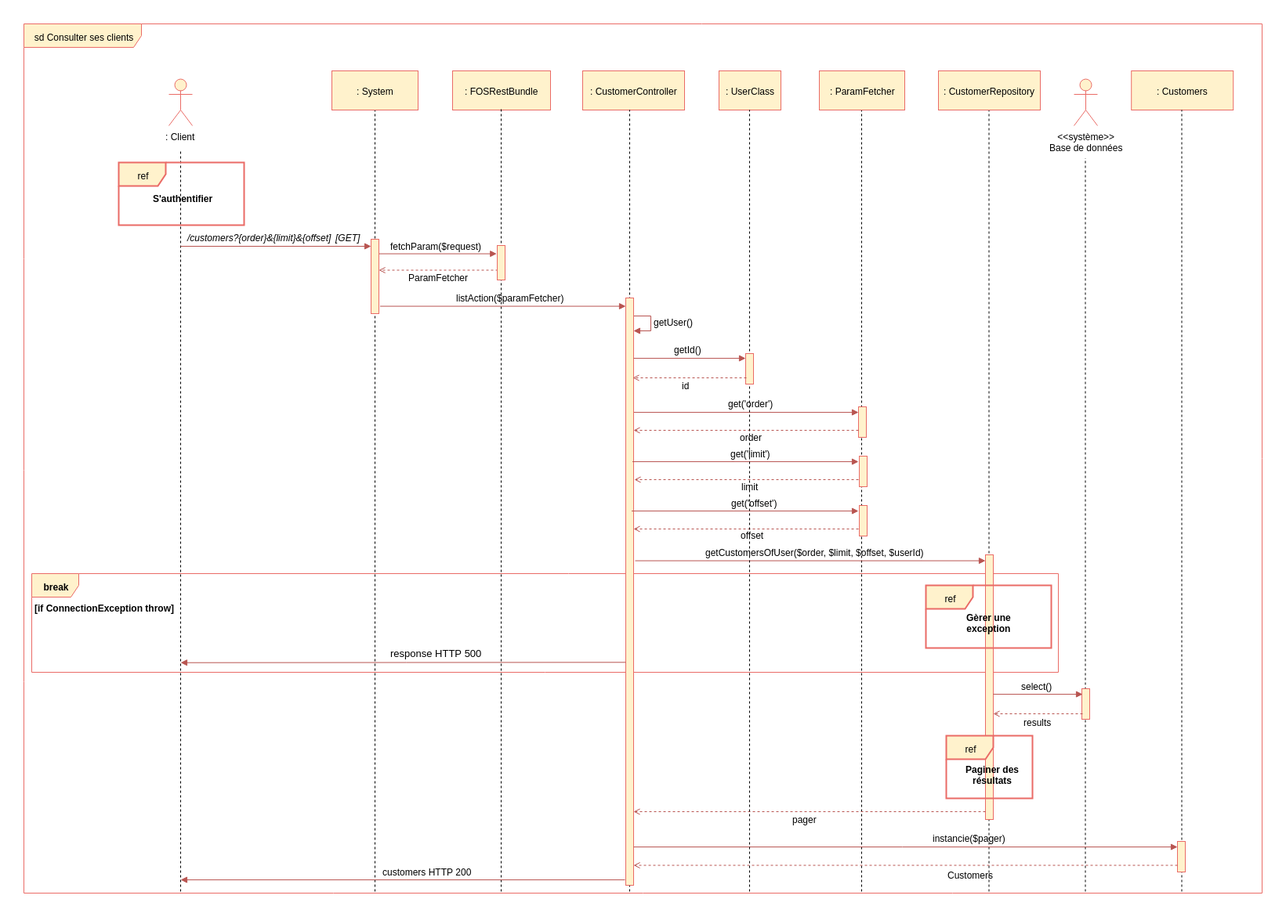
Before: Diagrammes/Consulter_clients.png, a diagram exported from draw.io (Thibok/Bilemo). Source tidied: cells renumbered, new cells last; positions are measured from the earlier drawing's top-left corner, leaving out a move shared by most shapes.
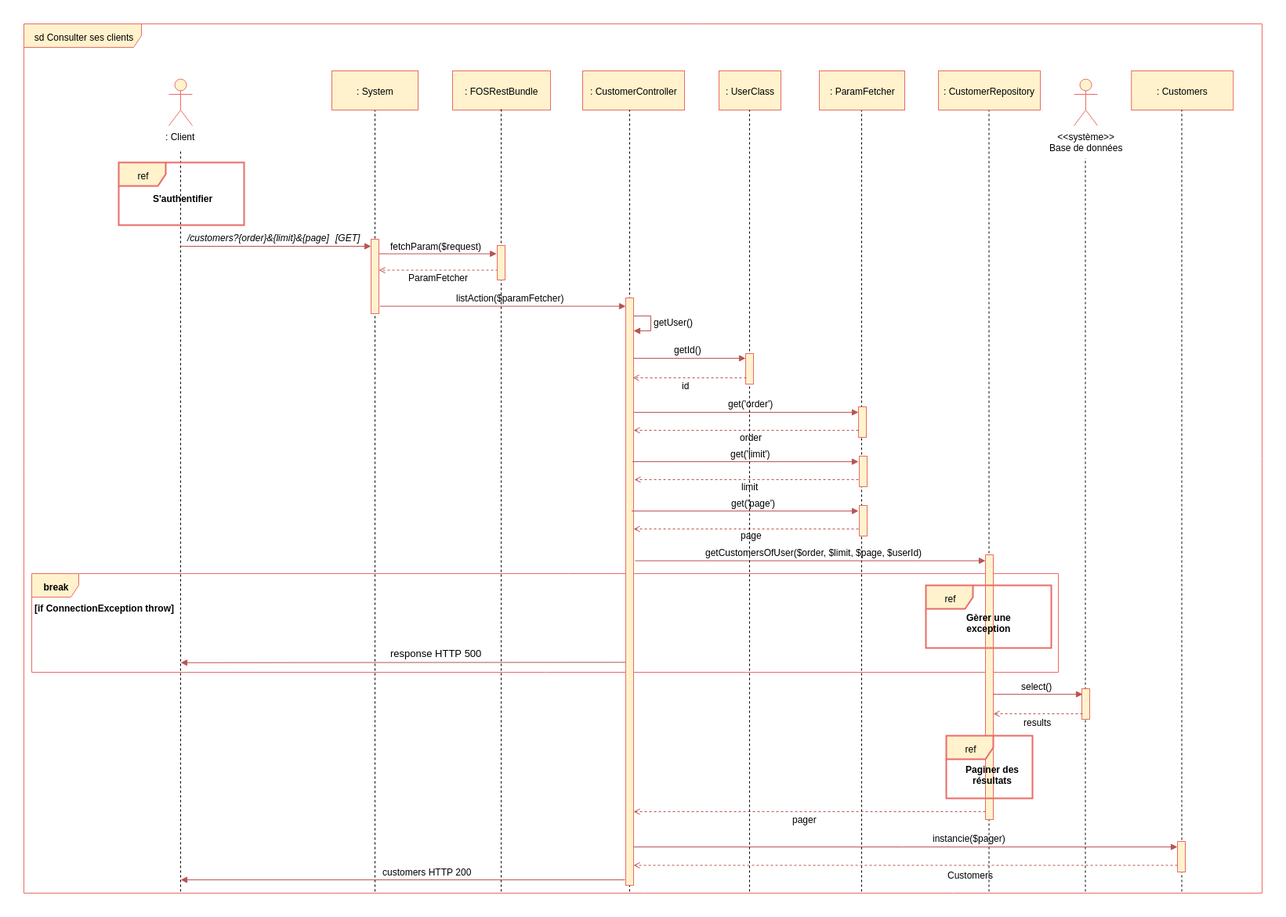
The same file after the commit.

The edit, as a diff of the source:
```diff
@@ -61,7 +61,7 @@
         <mxPoint x="448" y="102.8" as="targetPoint" />
       </mxGeometry>
     </mxCell>
-    <mxCell id="13" value="/customers?{order}&amp;amp;{limit}&amp;amp;{offset]" style="text;html=1;align=left;verticalAlign=top;spacingTop=-4;fontStyle=2;" parent="1" vertex="1">
+    <mxCell id="13" value="/customers?{order}&amp;amp;{limit}&amp;amp;{page]" style="text;html=1;align=left;verticalAlign=top;spacingTop=-4;fontStyle=2;" parent="1" vertex="1">
       <mxGeometry x="207.2" y="264" width="200" height="10" as="geometry" />
     </mxCell>
     <mxCell id="14" value="fetchParam($request)" style="text;html=1;align=left;verticalAlign=top;spacingTop=-4;" parent="1" vertex="1">
@@ -202,7 +202,7 @@
         <mxPoint x="1065" y="622.1" as="targetPoint" />
       </mxGeometry>
     </mxCell>
-    <mxCell id="49" value="get('offset')" style="text;html=1;align=left;verticalAlign=top;spacingTop=-4;" parent="1" vertex="1">
+    <mxCell id="49" value="get('page')" style="text;html=1;align=left;verticalAlign=top;spacingTop=-4;" parent="1" vertex="1">
       <mxGeometry x="900.5" y="603" width="70" height="10" as="geometry" />
     </mxCell>
     <mxCell id="50" style="html=1;perimeter=orthogonalPerimeter;fillColor=#fff2cc;strokeColor=#EA6B66;" parent="1" vertex="1">
@@ -214,10 +214,10 @@
         <mxPoint x="778" y="645" as="targetPoint" />
       </mxGeometry>
     </mxCell>
-    <mxCell id="52" value="offset" style="text;html=1;align=left;verticalAlign=top;spacingTop=-4;" parent="1" vertex="1">
+    <mxCell id="52" value="page" style="text;html=1;align=left;verticalAlign=top;spacingTop=-4;" parent="1" vertex="1">
       <mxGeometry x="912.5" y="644" width="40" height="10" as="geometry" />
     </mxCell>
-    <mxCell id="53" value="getCustomersOfUser($order, $limit, $offset, $userId)" style="text;html=1;align=left;verticalAlign=top;spacingTop=-4;" parent="1" vertex="1">
+    <mxCell id="53" value="getCustomersOfUser($order, $limit, $page, $userId)" style="text;html=1;align=left;verticalAlign=top;spacingTop=-4;" parent="1" vertex="1">
       <mxGeometry x="868" y="666" width="290" height="10" as="geometry" />
     </mxCell>
     <mxCell id="54" style="endArrow=block;html=1;endFill=1;fillColor=#f8cecc;strokeColor=#b85450;entryX=1.027;entryY=1.052;entryPerimeter=0;" parent="1" edge="1">
```
